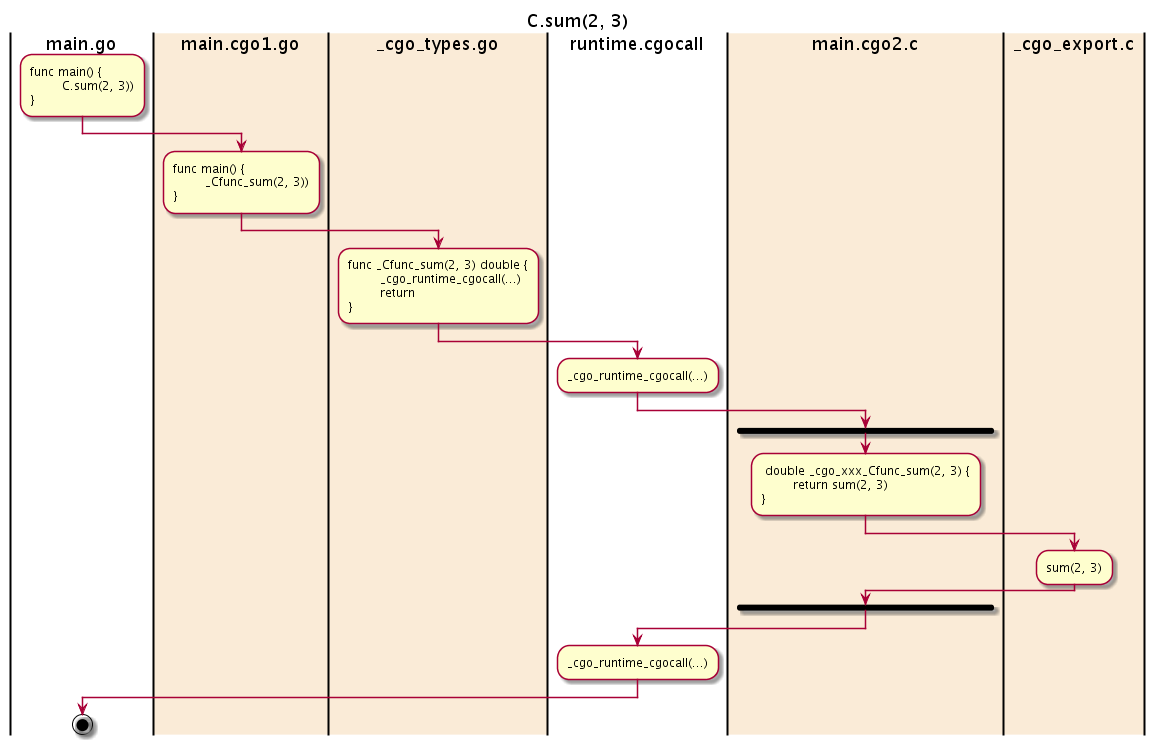
This is images/ch2-5-call-c-sum-v1.uml.png from chai2010/advanced-go-programming-book, a PlantUML export, as it was before one commit. Source of this version:
```plantuml
@startuml

title C.sum(2, 3)

|main.go|
:func main() {
	C.sum(2, 3))
};

|#AntiqueWhite|main.cgo1.go|
:func main() {
	_Cfunc_sum(2, 3))
};

|#AntiqueWhite|_cgo_types.go|
:func _Cfunc_sum(2, 3) double {
	_cgo_runtime_cgocall(...)
	return
};

|runtime.cgocall|
:_cgo_runtime_cgocall(...);

fork

|#AntiqueWhite|main.cgo2.c|
: double _cgo_xxx_Cfunc_sum(2, 3) {
	return sum(2, 3)
};

|#AntiqueWhite|_cgo_export.c|
:sum(2, 3);

endfork

|runtime.cgocall|
:_cgo_runtime_cgocall(...);

|main.go|
stop

@enduml
```
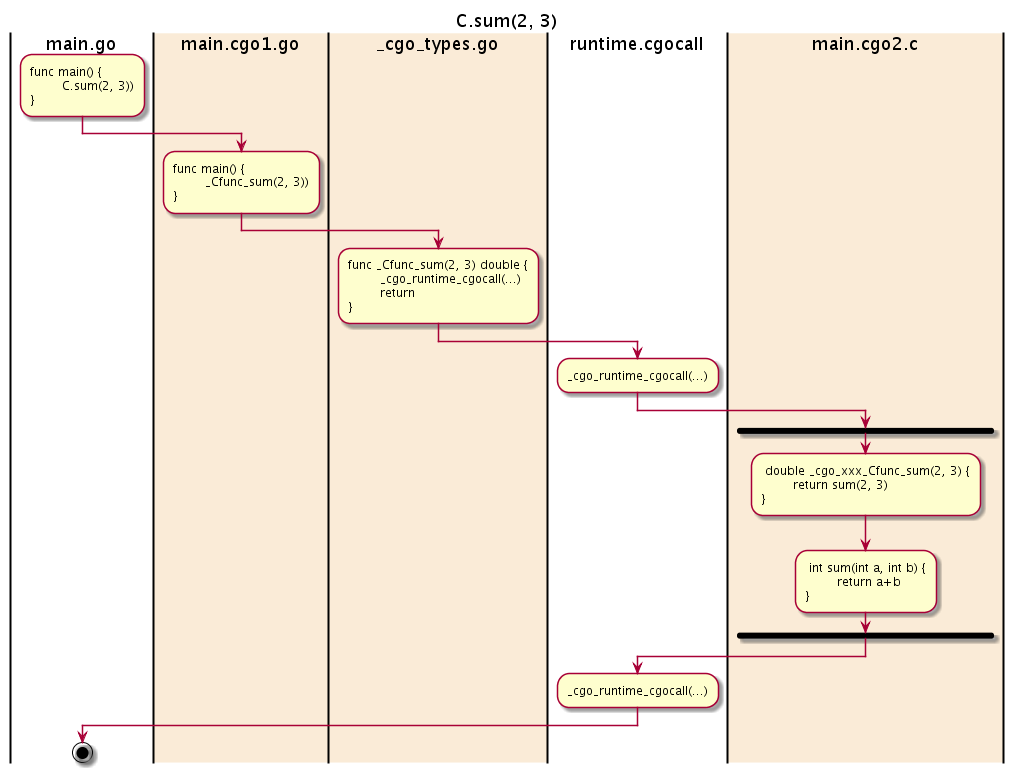
The same file after the commit.

Commit message:
ch2.5: 修复图片错误

The edit, as a diff of the source:
```diff
@@ -28,8 +28,10 @@
 	return sum(2, 3)
 };
 
-|#AntiqueWhite|_cgo_export.c|
-:sum(2, 3);
+|#AntiqueWhite|main.cgo2.c|
+: int sum(int a, int b) {
+	return a+b
+};
 
 endfork
 
```
